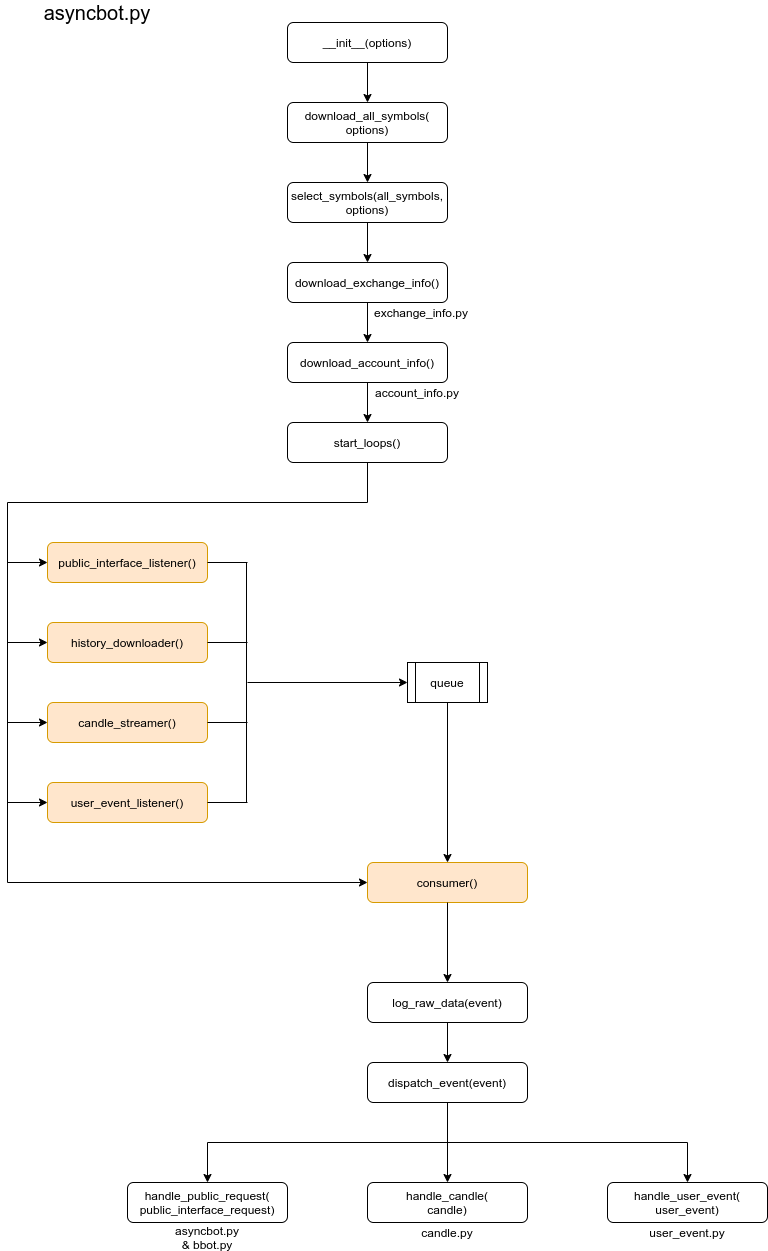
The draw.io diagram docs/asyncbot.png in TvanMeer/bbot, before a commit. Source tidied: cells renumbered, new cells last; positions are measured from the earlier drawing's top-left corner, leaving out a move shared by most shapes.
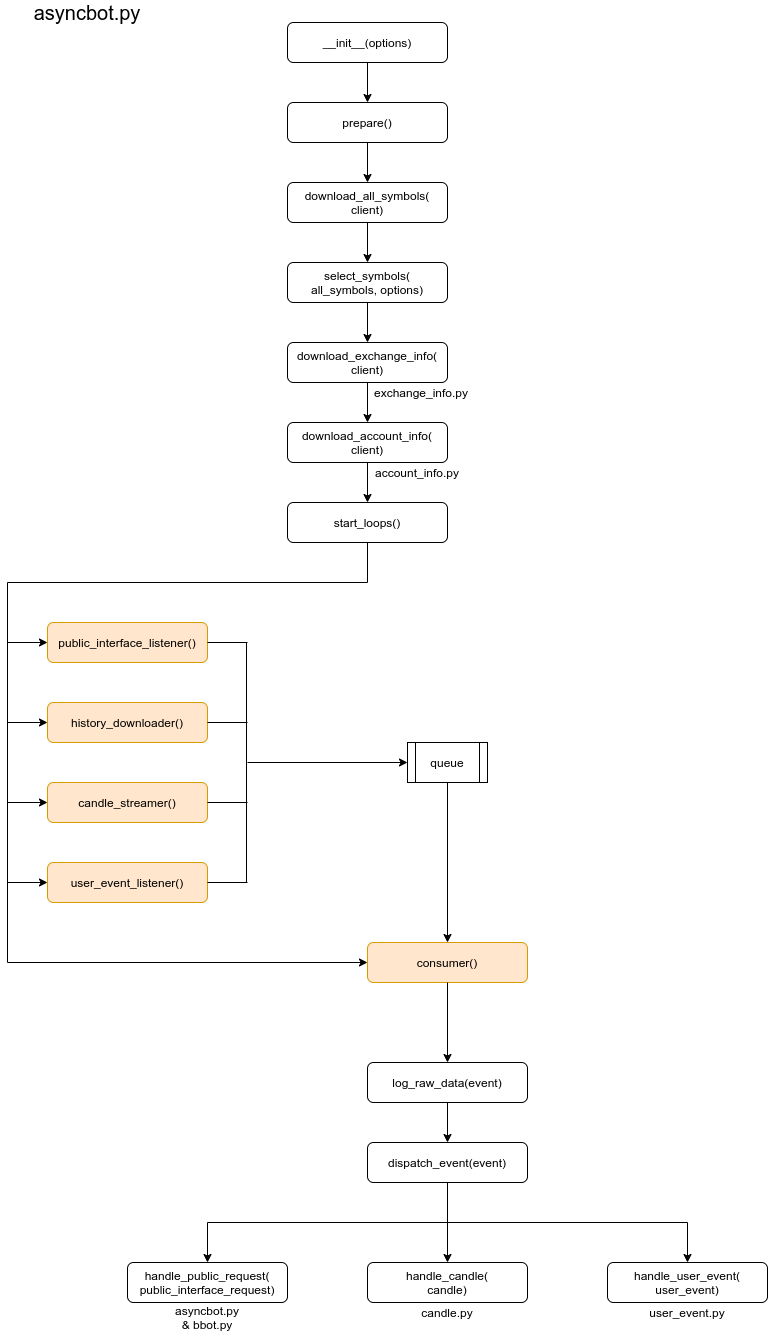
The same file after the commit.

Commit message:
Add Asyncbot init and prepare logic

Change to the diagram source:
```diff
@@ -64,10 +64,10 @@
         <mxPoint x="200" y="1140" as="sourcePoint" />
       </mxGeometry>
     </mxCell>
-    <mxCell id="18" value="download_all_symbols(&lt;br&gt;options)" style="rounded=1;whiteSpace=wrap;html=1;" parent="1" vertex="1">
+    <mxCell id="18" value="download_all_symbols(&lt;br&gt;client)" style="rounded=1;whiteSpace=wrap;html=1;" parent="1" vertex="1">
       <mxGeometry x="280" y="100" width="160" height="40" as="geometry" />
     </mxCell>
-    <mxCell id="19" value="select_symbols(all_symbols, options)" style="rounded=1;whiteSpace=wrap;html=1;" parent="1" vertex="1">
+    <mxCell id="19" value="select_symbols(&lt;br&gt;all_symbols, options)" style="rounded=1;whiteSpace=wrap;html=1;" parent="1" vertex="1">
       <mxGeometry x="280" y="180" width="160" height="40" as="geometry" />
     </mxCell>
     <mxCell id="20" style="endArrow=classic;html=1;exitX=0.5;exitY=1;exitDx=0;exitDy=0;entryX=0.5;entryY=0;entryDx=0;entryDy=0;" parent="1" edge="1" source="18" target="19">
@@ -118,7 +118,7 @@
         <mxPoint x="360" y="500" as="sourcePoint" />
       </mxGeometry>
     </mxCell>
-    <mxCell id="30" value="__init__(options)" style="rounded=1;whiteSpace=wrap;html=1;" parent="1" vertex="1">
+    <mxCell id="30" value="prepare()" style="rounded=1;whiteSpace=wrap;html=1;" parent="1" vertex="1">
       <mxGeometry x="280" y="20" width="160" height="40" as="geometry" />
     </mxCell>
     <mxCell id="31" style="endArrow=classic;html=1;exitX=0.5;exitY=1;exitDx=0;exitDy=0;entryX=0.5;entryY=0;entryDx=0;entryDy=0;" parent="1" edge="1" source="30" target="18">
@@ -162,10 +162,10 @@
     <mxCell id="40" style="endArrow=classic;html=1;exitX=0.5;exitY=1;exitDx=0;exitDy=0;entryX=0.5;entryY=0;entryDx=0;entryDy=0;" parent="1" edge="1" source="6" target="34">
       <mxGeometry relative="1" as="geometry" />
     </mxCell>
-    <mxCell id="41" value="download_account_info()" style="rounded=1;whiteSpace=wrap;html=1;" parent="1" vertex="1">
+    <mxCell id="41" value="download_account_info(&lt;br&gt;client)" style="rounded=1;whiteSpace=wrap;html=1;" parent="1" vertex="1">
       <mxGeometry x="280" y="340" width="160" height="40" as="geometry" />
     </mxCell>
-    <mxCell id="42" value="download_exchange_info()" style="rounded=1;whiteSpace=wrap;html=1;" parent="1" vertex="1">
+    <mxCell id="42" value="download_exchange_info(&lt;br&gt;client)" style="rounded=1;whiteSpace=wrap;html=1;" parent="1" vertex="1">
       <mxGeometry x="280" y="260" width="160" height="40" as="geometry" />
     </mxCell>
     <mxCell id="43" style="endArrow=classic;html=1;exitX=0.5;exitY=1;exitDx=0;exitDy=0;entryX=0.5;entryY=0;entryDx=0;entryDy=0;" parent="1" edge="1" source="41" target="27">
@@ -184,7 +184,7 @@
       <mxGeometry x="180" y="1225" width="40" height="20" as="geometry" />
     </mxCell>
     <mxCell id="48" value="asyncbot.py" style="text;html=1;strokeColor=none;fillColor=none;align=center;verticalAlign=middle;whiteSpace=wrap;rounded=0;fontSize=20;" parent="1" vertex="1">
-      <mxGeometry x="70" width="40" height="20" as="geometry" />
+      <mxGeometry x="60" y="-80" width="40" height="20" as="geometry" />
     </mxCell>
     <mxCell id="49" value="exchange_info.py" style="text;html=1;strokeColor=none;fillColor=none;align=center;verticalAlign=middle;whiteSpace=wrap;rounded=0;fontSize=12;" parent="1" vertex="1">
       <mxGeometry x="394" y="300" width="40" height="20" as="geometry" />
@@ -197,5 +197,11 @@
         <mxPoint x="240" y="680" as="sourcePoint" />
       </mxGeometry>
     </mxCell>
+    <mxCell id="52" value="__init__(options)" style="rounded=1;whiteSpace=wrap;html=1;" parent="1" vertex="1">
+      <mxGeometry x="280" y="-60" width="160" height="40" as="geometry" />
+    </mxCell>
+    <mxCell id="53" style="endArrow=classic;html=1;exitX=0.5;exitY=1;exitDx=0;exitDy=0;entryX=0.5;entryY=0;entryDx=0;entryDy=0;" parent="1" edge="1" source="52" target="30">
+      <mxGeometry relative="1" as="geometry" />
+    </mxCell>
   </root>
 </mxGraphModel>
```
